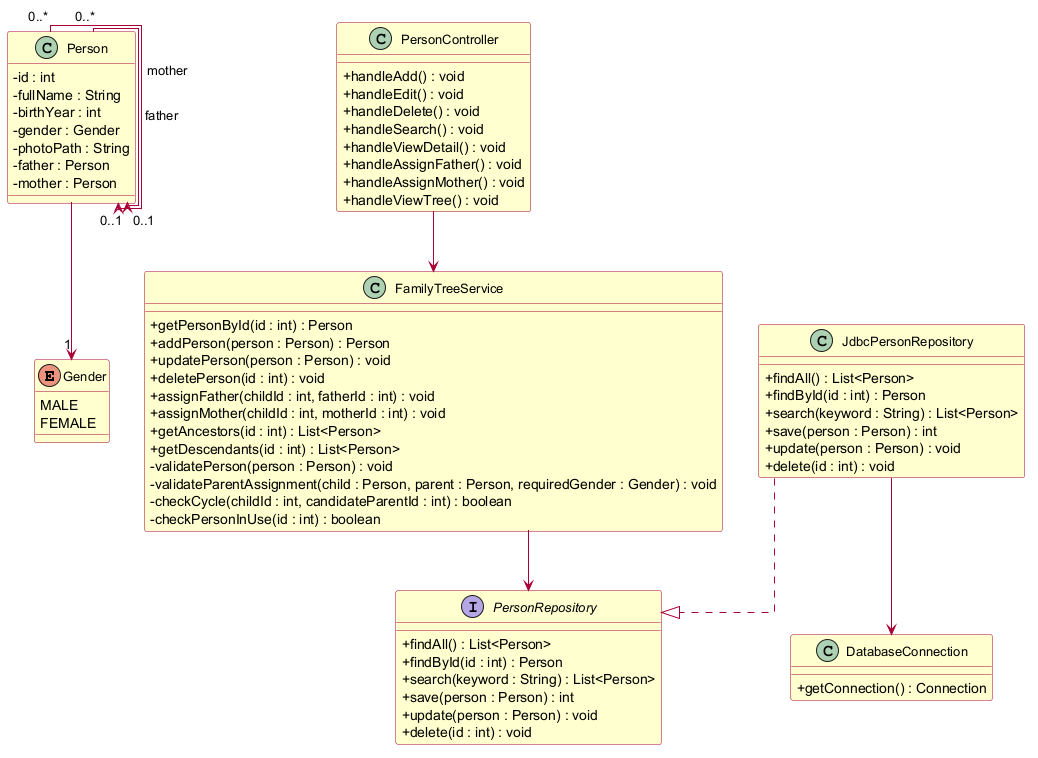
This is docs/uml/class-diagram.png from minhchien170704/do-an-gia-pha, a PlantUML export, as it was before one commit. Source of this version:
```plantuml
@startuml class-diagram

skinparam classAttributeIconSize 0
skinparam classFontSize 13
skinparam class {
    BackgroundColor #FEFECE
    BorderColor #A80036
    ArrowColor #A80036
}
skinparam linetype ortho


enum Gender {
    MALE
    FEMALE
}


class Person {
    - id : int
    - fullName : String
    - birthYear : int
    - gender : Gender
    - photoPath : String
    - father : Person
    - mother : Person
}


class PersonController {
    + handleAdd() : void
    + handleEdit() : void
    + handleDelete() : void
    + handleSearch() : void
    + handleViewDetail() : void
    + handleAssignFather() : void
    + handleAssignMother() : void
    + handleViewTree() : void
}


class FamilyTreeService {
    + getPersonById(id : int) : Person
    + addPerson(person : Person) : Person
    + updatePerson(person : Person) : void
    + deletePerson(id : int) : void
    + assignFather(childId : int, fatherId : int) : void
    + assignMother(childId : int, motherId : int) : void
    + getAncestors(id : int) : List<Person>
    + getDescendants(id : int) : List<Person>
    - validatePerson(person : Person) : void
    - validateParentAssignment(child : Person, parent : Person, requiredGender : Gender) : void
    - checkCycle(childId : int, candidateParentId : int) : boolean
    - checkPersonInUse(id : int) : boolean
}


interface PersonRepository {
    + findAll() : List<Person>
    + findById(id : int) : Person
    + search(keyword : String) : List<Person>
    + save(person : Person) : int
    + update(person : Person) : void
    + delete(id : int) : void
}

class JdbcPersonRepository {
    + findAll() : List<Person>
    + findById(id : int) : Person
    + search(keyword : String) : List<Person>
    + save(person : Person) : int
    + update(person : Person) : void
    + delete(id : int) : void
}


class DatabaseConnection {
    + getConnection() : Connection
}


Person --> "1" Gender

Person "0..*" --> "0..1" Person : father
Person "0..*" --> "0..1" Person : mother

JdbcPersonRepository ..|> PersonRepository

PersonController --> FamilyTreeService
FamilyTreeService --> PersonRepository
JdbcPersonRepository --> DatabaseConnection

@enduml
```
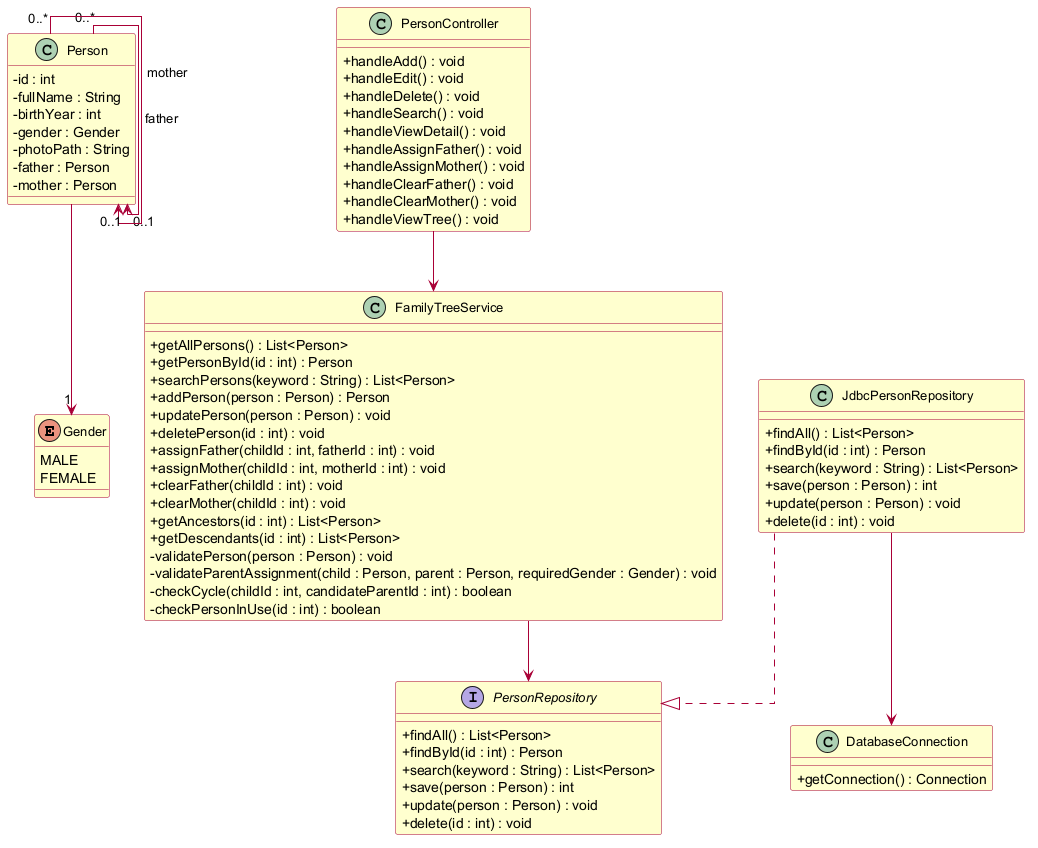
The same diagram one commit later.

Change to the diagram source:
```diff
@@ -35,17 +35,23 @@
     + handleViewDetail() : void
     + handleAssignFather() : void
     + handleAssignMother() : void
+    + handleClearFather() : void
+    + handleClearMother() : void
     + handleViewTree() : void
 }
 
 
 class FamilyTreeService {
+    + getAllPersons() : List<Person>
     + getPersonById(id : int) : Person
+    + searchPersons(keyword : String) : List<Person>
     + addPerson(person : Person) : Person
     + updatePerson(person : Person) : void
     + deletePerson(id : int) : void
     + assignFather(childId : int, fatherId : int) : void
     + assignMother(childId : int, motherId : int) : void
+    + clearFather(childId : int) : void
+    + clearMother(childId : int) : void
     + getAncestors(id : int) : List<Person>
     + getDescendants(id : int) : List<Person>
     - validatePerson(person : Person) : void
```
